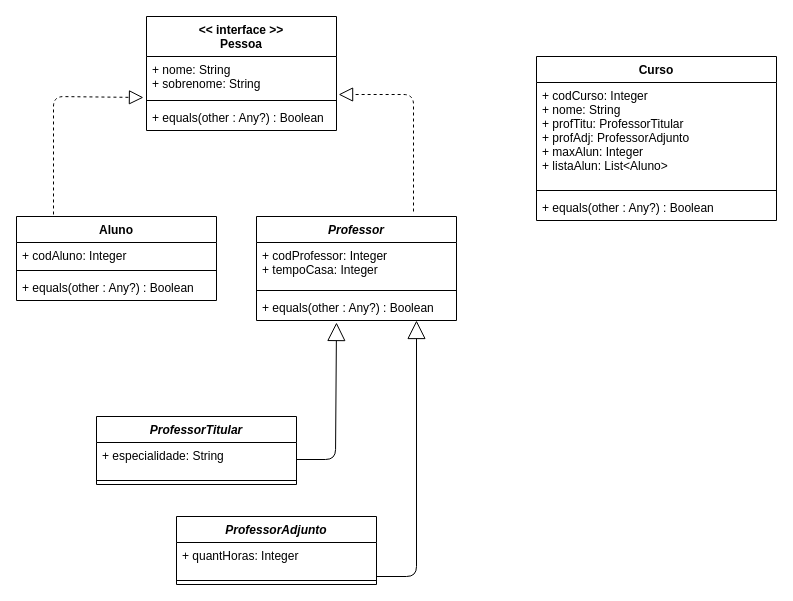
Above: Desafio1DigitalHouse.drawio in eneri-jr/Desafio1DigitalHouse (draw.io), before the change. Source tidied: cells renumbered, new cells numbered last; positions are measured from the earlier drawing's top-left corner, leaving out a move shared by most shapes. Both pictures are drawn from the tidied source at 100%, with x=0, y=0 at pixel (16, 16).
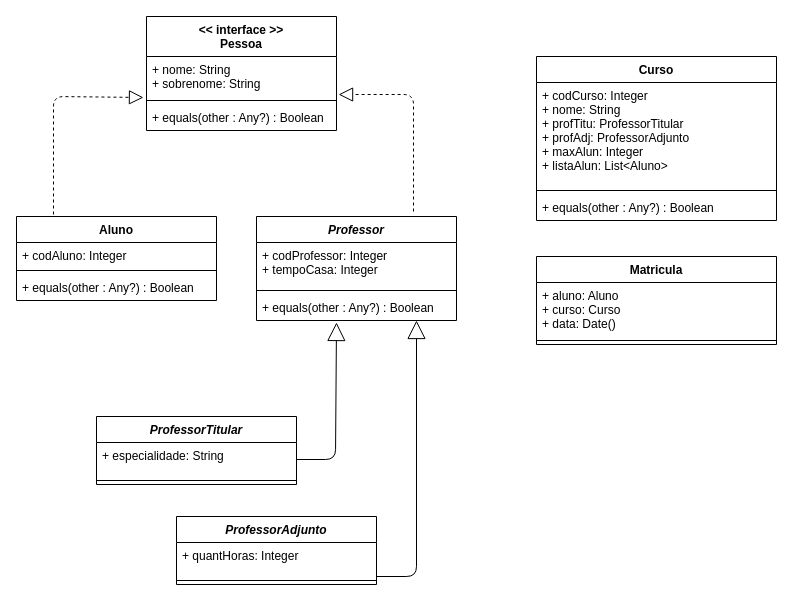
After the change.

Commit message (it also covers changes not shown here):
Criacao Parte F (Classe Matricula)

The edit, as a diff of the source:
```diff
@@
+    <mxCell id="28" value="Matricula&#10;" style="swimlane;fontStyle=1;align=center;verticalAlign=top;horizontal=1;startSize=26;" parent="1" vertex="1">
+      <mxGeometry x="520" y="240" width="240" height="88" as="geometry" />
+    </mxCell>
+    <mxCell id="29" value="+ aluno: Aluno&#10;+ curso: Curso&#10;+ data: Date()" style="text;strokeColor=none;fillColor=none;align=left;verticalAlign=top;spacingLeft=4;spacingRight=4;overflow=hidden;" parent="28" vertex="1">
+      <mxGeometry y="26" width="240" height="54" as="geometry" />
+    </mxCell>
+    <mxCell id="30" style="line;strokeWidth=1;fillColor=none;align=left;verticalAlign=middle;spacingTop=-1;spacingLeft=3;spacingRight=3;labelPosition=right;" parent="28" vertex="1">
+      <mxGeometry y="80" width="240" height="8" as="geometry" />
+    </mxCell>
```
